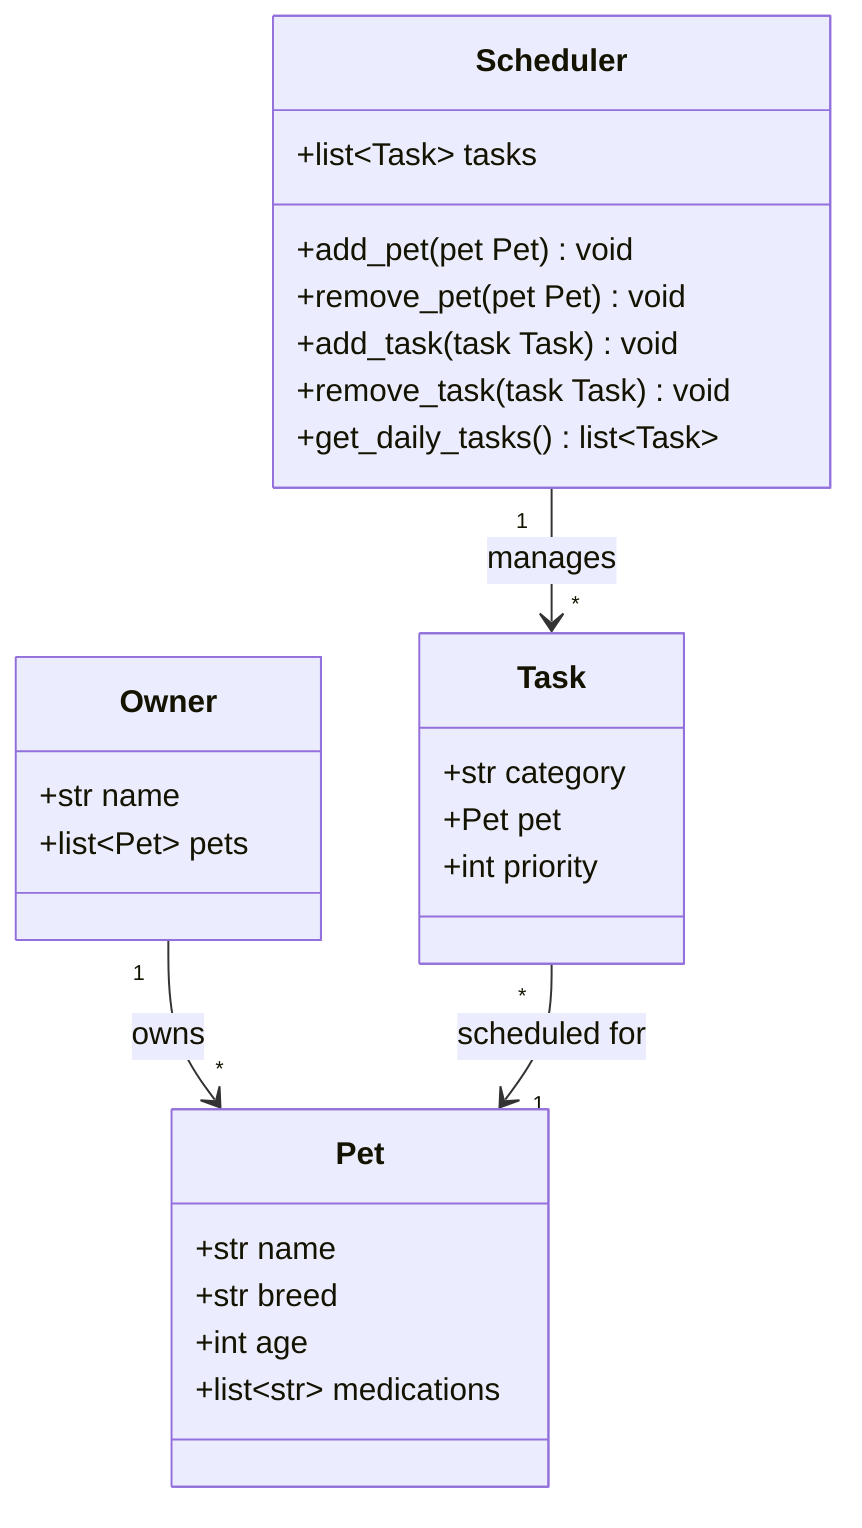
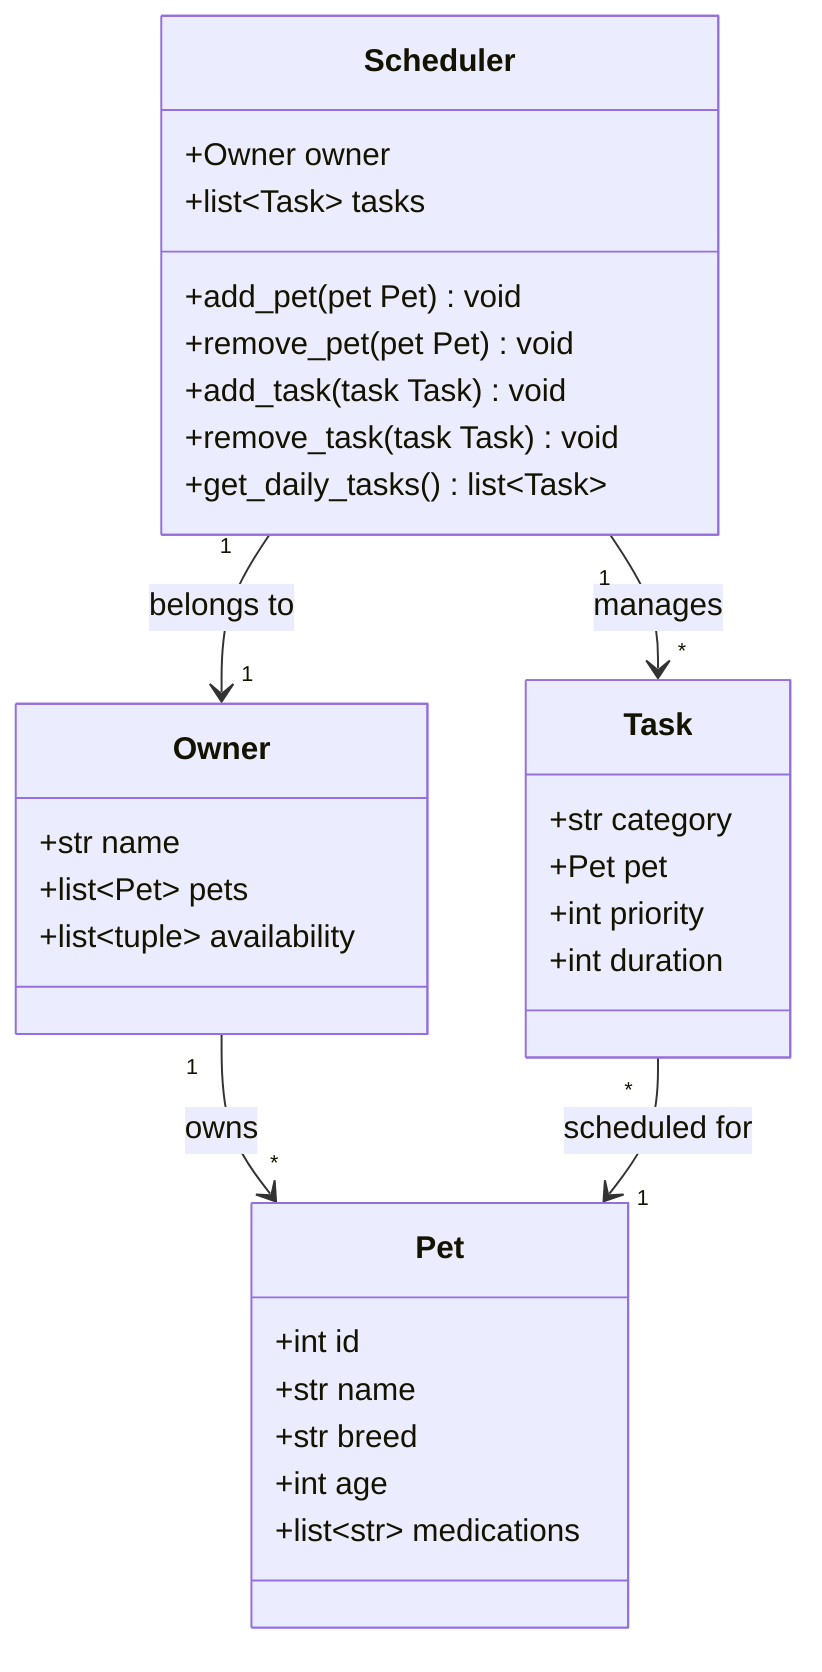
classDiagram
    class Owner {
        +str name
        +list~Pet~ pets
+         +list~tuple~ availability
    }

    class Pet {
+         +int id
        +str name
        +str breed
        +int age
        +list~str~ medications
    }

    class Task {
        +str category
        +Pet pet
        +int priority
+         +int duration
    }

    class Scheduler {
+         +Owner owner
        +list~Task~ tasks
        +add_pet(pet Pet) void
        +remove_pet(pet Pet) void
        +add_task(task Task) void
        +remove_task(task Task) void
        +get_daily_tasks() list~Task~
    }

    Owner "1" --> "*" Pet : owns
+     Scheduler "1" --> "1" Owner : belongs to
    Task "*" --> "1" Pet : scheduled for
    Scheduler "1" --> "*" Task : manages
